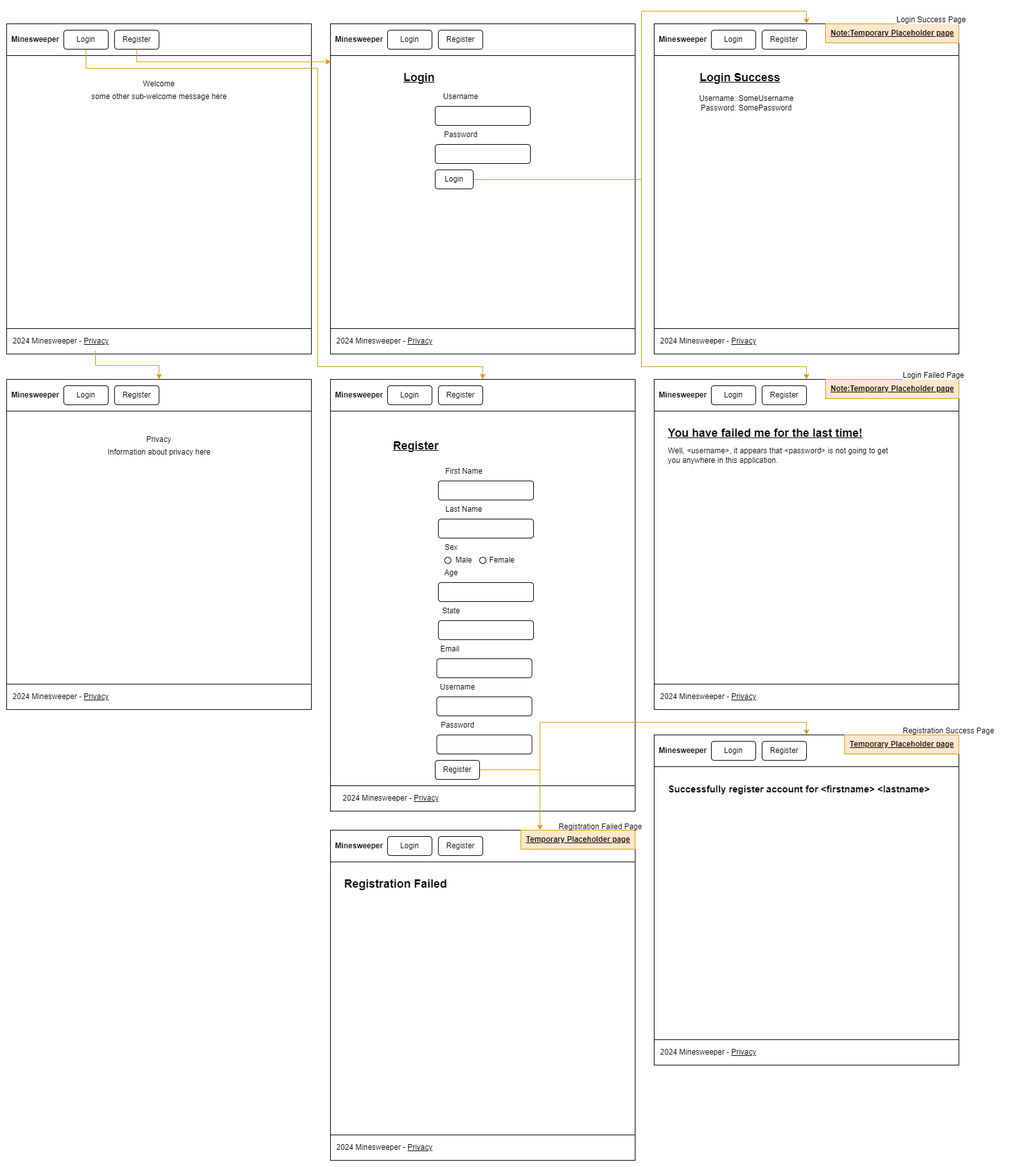
Above: assets/Wireframes.png in scottwmaxwell/minesweeper (draw.io), before the change. Source tidied: cells renumbered, new cells last; positions are measured from the earlier drawing's top-left corner, leaving out a move shared by most shapes.
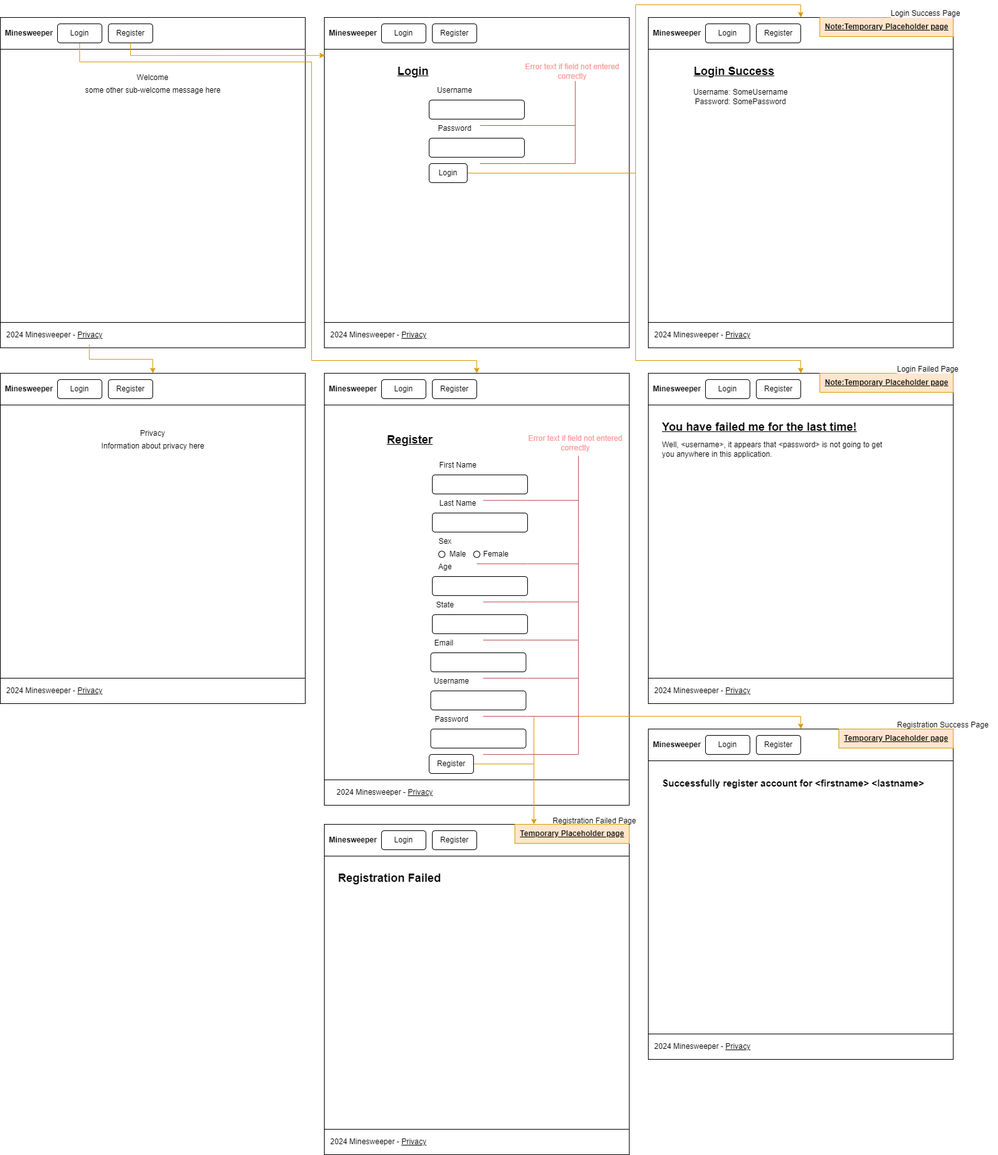
The same file after the commit.

The edit, as a diff of the source:
```diff
@@ -364,5 +364,110 @@
     <mxCell id="109" value="&lt;div style=&quot;text-align: center;&quot;&gt;&lt;span style=&quot;background-color: initial; text-wrap: nowrap;&quot;&gt;Registration Success Page&lt;/span&gt;&lt;/div&gt;" style="text;whiteSpace=wrap;html=1;" parent="1" vertex="1">
       <mxGeometry x="1410" y="1120" width="160" height="40" as="geometry" />
     </mxCell>
+    <mxCell id="110" value="&lt;font color=&quot;#ff9999&quot;&gt;Error text if field not entered&lt;/font&gt;&lt;div&gt;&lt;font color=&quot;#ff9999&quot;&gt;correctly&lt;/font&gt;&lt;/div&gt;" style="text;html=1;align=center;verticalAlign=middle;strokeColor=none;fillColor=none;" parent="1" vertex="1">
+      <mxGeometry x="820" y="670" width="170" height="40" as="geometry" />
+    </mxCell>
+    <mxCell id="111" style="endArrow=none;html=1;rounded=0;fillColor=#f8cecc;strokeColor=#b85450;exitX=1.004;exitY=0.338;exitDx=0;exitDy=0;exitPerimeter=0;" parent="1" edge="1" source="39">
+      <mxGeometry relative="1" as="geometry">
+        <mxPoint x="910" y="710" as="targetPoint" />
+        <Array as="points">
+          <mxPoint x="830" y="780" />
+          <mxPoint x="910" y="780" />
+          <mxPoint x="910" y="770" />
+        </Array>
+      </mxGeometry>
+    </mxCell>
+    <mxCell id="112" style="endArrow=none;html=1;rounded=0;fillColor=#f8cecc;strokeColor=#b85450;" parent="1" edge="1">
+      <mxGeometry relative="1" as="geometry">
+        <mxPoint x="750" y="880" as="sourcePoint" />
+        <mxPoint x="910" y="780" as="targetPoint" />
+        <Array as="points">
+          <mxPoint x="830" y="880" />
+          <mxPoint x="910" y="880" />
+          <mxPoint x="910" y="850" />
+          <mxPoint x="910" y="840" />
+        </Array>
+      </mxGeometry>
+    </mxCell>
+    <mxCell id="113" style="endArrow=none;html=1;rounded=0;fillColor=#f8cecc;strokeColor=#b85450;exitX=1.004;exitY=0.338;exitDx=0;exitDy=0;exitPerimeter=0;" parent="1" edge="1">
+      <mxGeometry relative="1" as="geometry">
+        <mxPoint x="760" y="940" as="sourcePoint" />
+        <mxPoint x="910" y="870" as="targetPoint" />
+        <Array as="points">
+          <mxPoint x="830" y="940" />
+          <mxPoint x="910" y="940" />
+          <mxPoint x="910" y="930" />
+        </Array>
+      </mxGeometry>
+    </mxCell>
+    <mxCell id="114" style="endArrow=none;html=1;rounded=0;fillColor=#f8cecc;strokeColor=#b85450;exitX=1.004;exitY=0.338;exitDx=0;exitDy=0;exitPerimeter=0;" parent="1" edge="1">
+      <mxGeometry relative="1" as="geometry">
+        <mxPoint x="760" y="1000" as="sourcePoint" />
+        <mxPoint x="910" y="930" as="targetPoint" />
+        <Array as="points">
+          <mxPoint x="830" y="1000" />
+          <mxPoint x="910" y="1000" />
+          <mxPoint x="910" y="990" />
+        </Array>
+      </mxGeometry>
+    </mxCell>
+    <mxCell id="115" style="endArrow=none;html=1;rounded=0;fillColor=#f8cecc;strokeColor=#b85450;exitX=1.004;exitY=0.338;exitDx=0;exitDy=0;exitPerimeter=0;" parent="1" edge="1">
+      <mxGeometry relative="1" as="geometry">
+        <mxPoint x="760" y="1060" as="sourcePoint" />
+        <mxPoint x="910" y="990" as="targetPoint" />
+        <Array as="points">
+          <mxPoint x="830" y="1060" />
+          <mxPoint x="910" y="1060" />
+          <mxPoint x="910" y="1050" />
+        </Array>
+      </mxGeometry>
+    </mxCell>
+    <mxCell id="116" style="endArrow=none;html=1;rounded=0;fillColor=#f8cecc;strokeColor=#b85450;exitX=1.004;exitY=0.338;exitDx=0;exitDy=0;exitPerimeter=0;" parent="1" edge="1">
+      <mxGeometry relative="1" as="geometry">
+        <mxPoint x="760" y="1120" as="sourcePoint" />
+        <mxPoint x="910" y="1050" as="targetPoint" />
+        <Array as="points">
+          <mxPoint x="830" y="1120" />
+          <mxPoint x="910" y="1120" />
+          <mxPoint x="910" y="1110" />
+        </Array>
+      </mxGeometry>
+    </mxCell>
+    <mxCell id="117" style="endArrow=none;html=1;rounded=0;fillColor=#f8cecc;strokeColor=#b85450;exitX=1.004;exitY=0.338;exitDx=0;exitDy=0;exitPerimeter=0;" parent="1" edge="1">
+      <mxGeometry relative="1" as="geometry">
+        <mxPoint x="760" y="1180" as="sourcePoint" />
+        <mxPoint x="910" y="1110" as="targetPoint" />
+        <Array as="points">
+          <mxPoint x="830" y="1180" />
+          <mxPoint x="910" y="1180" />
+          <mxPoint x="910" y="1170" />
+        </Array>
+      </mxGeometry>
+    </mxCell>
+    <mxCell id="118" style="endArrow=none;html=1;rounded=0;fillColor=#f8cecc;strokeColor=#b85450;exitX=1.004;exitY=0.338;exitDx=0;exitDy=0;exitPerimeter=0;" parent="1" edge="1">
+      <mxGeometry relative="1" as="geometry">
+        <mxPoint x="755" y="190" as="sourcePoint" />
+        <mxPoint x="905" y="120" as="targetPoint" />
+        <Array as="points">
+          <mxPoint x="825" y="190" />
+          <mxPoint x="905" y="190" />
+          <mxPoint x="905" y="180" />
+        </Array>
+      </mxGeometry>
+    </mxCell>
+    <mxCell id="119" value="&lt;font color=&quot;#ff9999&quot;&gt;Error text if field not entered&lt;/font&gt;&lt;div&gt;&lt;font color=&quot;#ff9999&quot;&gt;correctly&lt;/font&gt;&lt;/div&gt;" style="text;html=1;align=center;verticalAlign=middle;strokeColor=none;fillColor=none;" parent="1" vertex="1">
+      <mxGeometry x="815" y="85" width="170" height="40" as="geometry" />
+    </mxCell>
+    <mxCell id="120" style="endArrow=none;html=1;rounded=0;fillColor=#f8cecc;strokeColor=#b85450;exitX=1.004;exitY=0.338;exitDx=0;exitDy=0;exitPerimeter=0;" parent="1" edge="1">
+      <mxGeometry relative="1" as="geometry">
+        <mxPoint x="755" y="250" as="sourcePoint" />
+        <mxPoint x="905" y="180" as="targetPoint" />
+        <Array as="points">
+          <mxPoint x="825" y="250" />
+          <mxPoint x="905" y="250" />
+          <mxPoint x="905" y="240" />
+        </Array>
+      </mxGeometry>
+    </mxCell>
   </root>
 </mxGraphModel>
```
